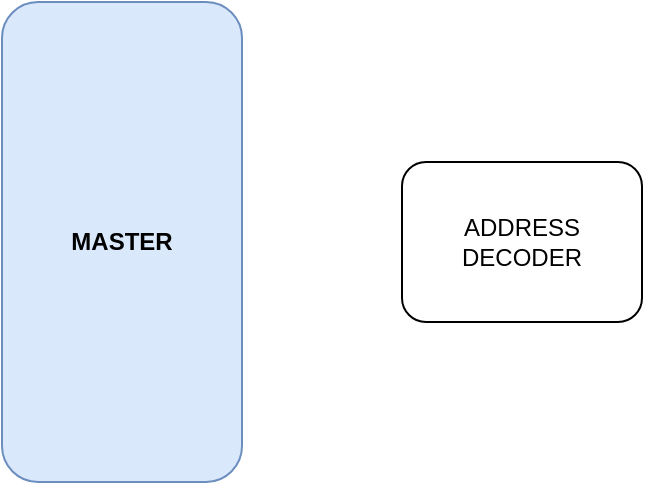
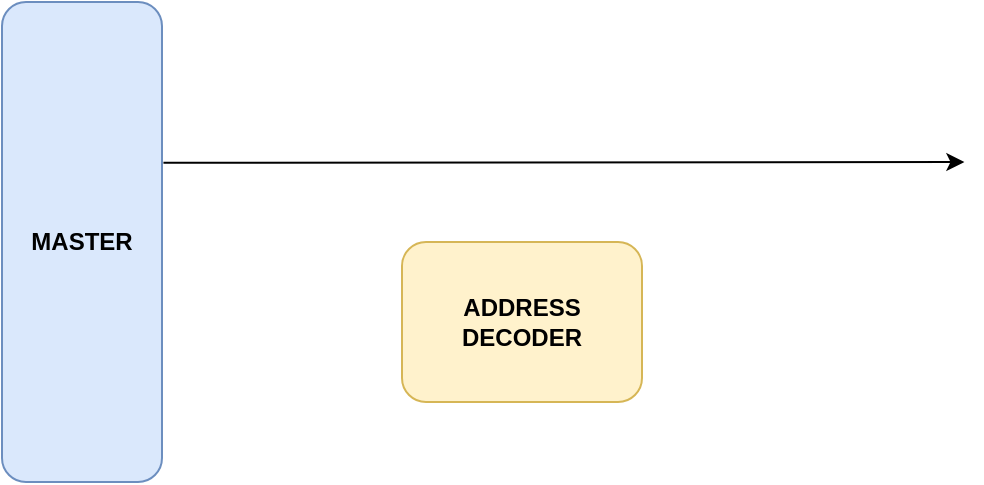
<mxfile host="app.diagrams.net" agent="Mozilla/5.0 (Windows NT 10.0; Win64; x64) AppleWebKit/537.36 (KHTML, like Gecko) Chrome/144.0.0.0 Safari/537.36 Edg/144.0.0.0" pages="4">
  <diagram id="00dOMP4ly3Yvcw6Omt_P" name="AHB Block Diagram">
-     <mxGraphModel dx="637" dy="921" grid="1" gridSize="10" guides="1" tooltips="1" connect="1" arrows="1" fold="1" page="1" pageScale="1" pageWidth="850" pageHeight="1100" math="0" shadow="0">
+     <mxGraphModel dx="437" dy="631" grid="1" gridSize="10" guides="1" tooltips="1" connect="1" arrows="1" fold="1" page="1" pageScale="1" pageWidth="850" pageHeight="1100" math="0" shadow="0">
      <root>
        <mxCell id="0" />
        <mxCell id="1" parent="0" />
        <mxCell id="WVtcaOnAu4kVJNJomXHp-1" parent="1" style="rounded=1;whiteSpace=wrap;html=1;fillColor=#dae8fc;strokeColor=#6c8ebf;" value="&lt;b&gt;MASTER&lt;/b&gt;" vertex="1">
-           <mxGeometry height="240" width="120" x="80" y="160" as="geometry" />
-         </mxCell>
-         <mxCell id="WVtcaOnAu4kVJNJomXHp-3" parent="1" style="rounded=1;whiteSpace=wrap;html=1;" value="ADDRESS DECODER" vertex="1">
-           <mxGeometry height="80" width="120" x="280" y="240" as="geometry" />
+           <mxGeometry height="240" width="80" x="80" y="160" as="geometry" />
+         </mxCell>
+         <mxCell id="WVtcaOnAu4kVJNJomXHp-3" parent="1" style="rounded=1;whiteSpace=wrap;html=1;fillColor=#fff2cc;strokeColor=#d6b656;" value="&lt;b&gt;ADDRESS DECODER&lt;/b&gt;" vertex="1">
+           <mxGeometry height="80" width="120" x="280" y="280" as="geometry" />
+         </mxCell>
+         <mxCell id="WVtcaOnAu4kVJNJomXHp-4" edge="1" parent="1" source="WVtcaOnAu4kVJNJomXHp-1" style="endArrow=classic;html=1;rounded=0;exitX=1.009;exitY=0.335;exitDx=0;exitDy=0;exitPerimeter=0;" value="">
+           <mxGeometry height="50" relative="1" width="50" as="geometry">
+             <mxPoint x="170" y="240" as="sourcePoint" />
+             <mxPoint x="561.2" y="240" as="targetPoint" />
+           </mxGeometry>
        </mxCell>
      </root>
    </mxGraphModel>
  </diagram>
  <diagram name="AHB Interface" id="AxdGKtdG9Rmgfqjtrl1U">
    <mxGraphModel dx="2046" dy="1106" grid="1" gridSize="10" guides="1" tooltips="1" connect="1" arrows="1" fold="1" page="1" pageScale="1" pageWidth="850" pageHeight="1100" math="0" shadow="0">
      <root>
        <mxCell id="0" />
        <mxCell id="1" parent="0" />
        <mxCell id="BZ9neWvH9tw47nREzwFn-1" parent="1" style="rounded=0;whiteSpace=wrap;html=1;" value="&lt;font style=&quot;font-size: 16px;&quot;&gt;&lt;b&gt;Manager&lt;/b&gt;&lt;/font&gt;" vertex="1">
          <mxGeometry height="200" width="120" x="400" y="80" as="geometry" />
        </mxCell>
        <mxCell id="BZ9neWvH9tw47nREzwFn-2" edge="1" parent="1" style="endArrow=classic;html=1;rounded=0;" value="">
          <mxGeometry height="50" relative="1" width="50" as="geometry">
            <mxPoint x="360" y="100" as="sourcePoint" />
            <mxPoint x="400" y="100" as="targetPoint" />
          </mxGeometry>
        </mxCell>
        <mxCell id="BZ9neWvH9tw47nREzwFn-3" edge="1" parent="1" style="endArrow=classic;html=1;rounded=0;" value="">
          <mxGeometry height="50" relative="1" width="50" as="geometry">
            <mxPoint x="360" y="120" as="sourcePoint" />
            <mxPoint x="400" y="120" as="targetPoint" />
          </mxGeometry>
        </mxCell>
        <mxCell id="BZ9neWvH9tw47nREzwFn-4" parent="1" style="text;html=1;whiteSpace=wrap;strokeColor=none;fillColor=none;align=center;verticalAlign=middle;rounded=0;fontStyle=1" value="HCLK" vertex="1">
          <mxGeometry height="20" width="40" x="320" y="90" as="geometry" />
        </mxCell>
        <mxCell id="BZ9neWvH9tw47nREzwFn-5" parent="1" style="text;html=1;whiteSpace=wrap;strokeColor=none;fillColor=none;align=center;verticalAlign=middle;rounded=0;fontStyle=1" value="HRESETn" vertex="1">
          <mxGeometry height="20" width="60" x="300" y="110" as="geometry" />
        </mxCell>
        <mxCell id="BZ9neWvH9tw47nREzwFn-6" parent="1" style="text;html=1;whiteSpace=wrap;strokeColor=none;fillColor=none;align=center;verticalAlign=middle;rounded=0;fontStyle=1" value="HREADY" vertex="1">
          <mxGeometry height="20" width="60" x="300" y="150" as="geometry" />
        </mxCell>
        <mxCell id="BZ9neWvH9tw47nREzwFn-7" edge="1" parent="1" style="endArrow=classic;html=1;rounded=0;" value="">
          <mxGeometry height="50" relative="1" width="50" as="geometry">
            <mxPoint x="360" y="160" as="sourcePoint" />
            <mxPoint x="400" y="160" as="targetPoint" />
          </mxGeometry>
        </mxCell>
        <mxCell id="BZ9neWvH9tw47nREzwFn-8" edge="1" parent="1" style="endArrow=classic;html=1;rounded=0;" value="">
          <mxGeometry height="50" relative="1" width="50" as="geometry">
            <mxPoint x="360" y="180" as="sourcePoint" />
            <mxPoint x="400" y="180" as="targetPoint" />
          </mxGeometry>
        </mxCell>
        <mxCell id="BZ9neWvH9tw47nREzwFn-9" parent="1" style="text;html=1;whiteSpace=wrap;strokeColor=none;fillColor=none;align=center;verticalAlign=middle;rounded=0;fontStyle=1" value="HSELx" vertex="1">
          <mxGeometry height="20" width="60" x="310" y="430" as="geometry" />
        </mxCell>
        <mxCell id="BZ9neWvH9tw47nREzwFn-10" edge="1" parent="1" style="endArrow=classic;html=1;rounded=0;" value="">
          <mxGeometry height="50" relative="1" width="50" as="geometry">
            <mxPoint x="360" y="260" as="sourcePoint" />
            <mxPoint x="400" y="260" as="targetPoint" />
          </mxGeometry>
        </mxCell>
        <mxCell id="BZ9neWvH9tw47nREzwFn-11" parent="1" style="text;html=1;whiteSpace=wrap;strokeColor=none;fillColor=none;align=center;verticalAlign=middle;rounded=0;fontStyle=1" value="HRDATA[31:0]" vertex="1">
          <mxGeometry height="20" width="90" x="270" y="250" as="geometry" />
        </mxCell>
        <mxCell id="BZ9neWvH9tw47nREzwFn-12" edge="1" parent="1" style="endArrow=classic;html=1;rounded=0;" value="">
          <mxGeometry height="50" relative="1" width="50" as="geometry">
            <mxPoint x="520" y="99.83" as="sourcePoint" />
            <mxPoint x="560" y="99.83" as="targetPoint" />
          </mxGeometry>
        </mxCell>
        <mxCell id="BZ9neWvH9tw47nREzwFn-13" edge="1" parent="1" style="endArrow=classic;html=1;rounded=0;" value="">
          <mxGeometry height="50" relative="1" width="50" as="geometry">
            <mxPoint x="520" y="119.83" as="sourcePoint" />
            <mxPoint x="560" y="119.83" as="targetPoint" />
          </mxGeometry>
        </mxCell>
        <mxCell id="BZ9neWvH9tw47nREzwFn-14" edge="1" parent="1" style="endArrow=classic;html=1;rounded=0;" value="">
          <mxGeometry height="50" relative="1" width="50" as="geometry">
            <mxPoint x="520" y="159.83" as="sourcePoint" />
            <mxPoint x="560" y="159.83" as="targetPoint" />
          </mxGeometry>
        </mxCell>
        <mxCell id="BZ9neWvH9tw47nREzwFn-15" edge="1" parent="1" style="endArrow=classic;html=1;rounded=0;" value="">
          <mxGeometry height="50" relative="1" width="50" as="geometry">
            <mxPoint x="520" y="140" as="sourcePoint" />
            <mxPoint x="560" y="140" as="targetPoint" />
          </mxGeometry>
        </mxCell>
        <mxCell id="BZ9neWvH9tw47nREzwFn-16" edge="1" parent="1" style="endArrow=classic;html=1;rounded=0;" value="">
          <mxGeometry height="50" relative="1" width="50" as="geometry">
            <mxPoint x="520" y="179.83" as="sourcePoint" />
            <mxPoint x="560" y="179.83" as="targetPoint" />
          </mxGeometry>
        </mxCell>
        <mxCell id="BZ9neWvH9tw47nREzwFn-17" edge="1" parent="1" style="endArrow=classic;html=1;rounded=0;" value="">
          <mxGeometry height="50" relative="1" width="50" as="geometry">
            <mxPoint x="520" y="200" as="sourcePoint" />
            <mxPoint x="560" y="200" as="targetPoint" />
          </mxGeometry>
        </mxCell>
        <mxCell id="BZ9neWvH9tw47nREzwFn-18" parent="1" style="text;html=1;whiteSpace=wrap;strokeColor=none;fillColor=none;align=center;verticalAlign=middle;rounded=0;fontStyle=1" value="HADDR[31:0]" vertex="1">
          <mxGeometry height="20" width="80" x="560" y="90" as="geometry" />
        </mxCell>
        <mxCell id="BZ9neWvH9tw47nREzwFn-19" parent="1" style="text;html=1;whiteSpace=wrap;strokeColor=none;fillColor=none;align=center;verticalAlign=middle;rounded=0;fontStyle=1" value="HWRITE" vertex="1">
          <mxGeometry height="20" width="60" x="560" y="110" as="geometry" />
        </mxCell>
        <mxCell id="BZ9neWvH9tw47nREzwFn-20" parent="1" style="text;html=1;whiteSpace=wrap;strokeColor=none;fillColor=none;align=center;verticalAlign=middle;rounded=0;fontStyle=1" value="HSIZE[2:0]" vertex="1">
          <mxGeometry height="20" width="70" x="560" y="130" as="geometry" />
        </mxCell>
        <mxCell id="BZ9neWvH9tw47nREzwFn-21" parent="1" style="text;html=1;whiteSpace=wrap;strokeColor=none;fillColor=none;align=center;verticalAlign=middle;rounded=0;fontStyle=1" value="HBURST[2:0]" vertex="1">
          <mxGeometry height="20" width="80" x="560" y="150" as="geometry" />
        </mxCell>
        <mxCell id="BZ9neWvH9tw47nREzwFn-22" parent="1" style="text;html=1;whiteSpace=wrap;strokeColor=none;fillColor=none;align=center;verticalAlign=middle;rounded=0;fontStyle=1" value="HPROT[3:0]" vertex="1">
          <mxGeometry height="20" width="80" x="560" y="170" as="geometry" />
        </mxCell>
        <mxCell id="BZ9neWvH9tw47nREzwFn-23" parent="1" style="text;html=1;whiteSpace=wrap;strokeColor=none;fillColor=none;align=center;verticalAlign=middle;rounded=0;fontStyle=1" value="HTRANS[1:0]" vertex="1">
          <mxGeometry height="20" width="80" x="560" y="190" as="geometry" />
        </mxCell>
        <mxCell id="BZ9neWvH9tw47nREzwFn-24" edge="1" parent="1" style="endArrow=classic;html=1;rounded=0;" value="">
          <mxGeometry height="50" relative="1" width="50" as="geometry">
            <mxPoint x="520" y="220" as="sourcePoint" />
            <mxPoint x="560" y="220" as="targetPoint" />
          </mxGeometry>
        </mxCell>
        <mxCell id="BZ9neWvH9tw47nREzwFn-25" parent="1" style="text;html=1;whiteSpace=wrap;strokeColor=none;fillColor=none;align=center;verticalAlign=middle;rounded=0;fontStyle=1" value="HMASTLOCK" vertex="1">
          <mxGeometry height="20" width="80" x="560" y="210" as="geometry" />
        </mxCell>
        <mxCell id="BZ9neWvH9tw47nREzwFn-26" edge="1" parent="1" style="endArrow=classic;html=1;rounded=0;" value="">
          <mxGeometry height="50" relative="1" width="50" as="geometry">
            <mxPoint x="520" y="259.8" as="sourcePoint" />
            <mxPoint x="560" y="259.8" as="targetPoint" />
          </mxGeometry>
        </mxCell>
        <mxCell id="BZ9neWvH9tw47nREzwFn-30" parent="1" style="text;html=1;whiteSpace=wrap;strokeColor=none;fillColor=none;align=center;verticalAlign=middle;rounded=0;fontStyle=1" value="HWDATA[31:0]" vertex="1">
          <mxGeometry height="20" width="95" x="555" y="250" as="geometry" />
        </mxCell>
        <mxCell id="BZ9neWvH9tw47nREzwFn-31" parent="1" style="rounded=0;whiteSpace=wrap;html=1;" value="&lt;font style=&quot;font-size: 16px;&quot;&gt;&lt;b&gt;Slave&lt;/b&gt;&lt;/font&gt;" vertex="1">
          <mxGeometry height="320" width="120" x="400" y="360" as="geometry" />
        </mxCell>
        <mxCell id="BZ9neWvH9tw47nREzwFn-32" edge="1" parent="1" style="endArrow=classic;html=1;rounded=0;" value="">
          <mxGeometry height="50" relative="1" width="50" as="geometry">
            <mxPoint x="360" y="489.83" as="sourcePoint" />
            <mxPoint x="400" y="489.83" as="targetPoint" />
          </mxGeometry>
        </mxCell>
        <mxCell id="BZ9neWvH9tw47nREzwFn-33" edge="1" parent="1" style="endArrow=classic;html=1;rounded=0;" value="">
          <mxGeometry height="50" relative="1" width="50" as="geometry">
            <mxPoint x="360" y="509.83" as="sourcePoint" />
            <mxPoint x="400" y="509.83" as="targetPoint" />
          </mxGeometry>
        </mxCell>
        <mxCell id="BZ9neWvH9tw47nREzwFn-34" edge="1" parent="1" style="endArrow=classic;html=1;rounded=0;" value="">
          <mxGeometry height="50" relative="1" width="50" as="geometry">
            <mxPoint x="360" y="549.83" as="sourcePoint" />
            <mxPoint x="400" y="549.83" as="targetPoint" />
          </mxGeometry>
        </mxCell>
        <mxCell id="BZ9neWvH9tw47nREzwFn-35" edge="1" parent="1" style="endArrow=classic;html=1;rounded=0;" value="">
          <mxGeometry height="50" relative="1" width="50" as="geometry">
            <mxPoint x="360" y="530" as="sourcePoint" />
            <mxPoint x="400" y="530" as="targetPoint" />
          </mxGeometry>
        </mxCell>
        <mxCell id="BZ9neWvH9tw47nREzwFn-36" edge="1" parent="1" style="endArrow=classic;html=1;rounded=0;" value="">
          <mxGeometry height="50" relative="1" width="50" as="geometry">
            <mxPoint x="360" y="569.83" as="sourcePoint" />
            <mxPoint x="400" y="569.83" as="targetPoint" />
          </mxGeometry>
        </mxCell>
        <mxCell id="BZ9neWvH9tw47nREzwFn-37" edge="1" parent="1" style="endArrow=classic;html=1;rounded=0;" value="">
          <mxGeometry height="50" relative="1" width="50" as="geometry">
            <mxPoint x="360" y="590" as="sourcePoint" />
            <mxPoint x="400" y="590" as="targetPoint" />
          </mxGeometry>
        </mxCell>
        <mxCell id="BZ9neWvH9tw47nREzwFn-38" parent="1" style="text;html=1;whiteSpace=wrap;strokeColor=none;fillColor=none;align=center;verticalAlign=middle;rounded=0;fontStyle=1" value="HADDR[31:0]" vertex="1">
          <mxGeometry height="20" width="80" x="275" y="480" as="geometry" />
        </mxCell>
        <mxCell id="BZ9neWvH9tw47nREzwFn-39" parent="1" style="text;html=1;whiteSpace=wrap;strokeColor=none;fillColor=none;align=center;verticalAlign=middle;rounded=0;fontStyle=1" value="HWRITE" vertex="1">
          <mxGeometry height="20" width="60" x="275" y="500" as="geometry" />
        </mxCell>
        <mxCell id="BZ9neWvH9tw47nREzwFn-40" parent="1" style="text;html=1;whiteSpace=wrap;strokeColor=none;fillColor=none;align=center;verticalAlign=middle;rounded=0;fontStyle=1" value="HSIZE[2:0]" vertex="1">
          <mxGeometry height="20" width="70" x="275" y="520" as="geometry" />
        </mxCell>
        <mxCell id="BZ9neWvH9tw47nREzwFn-41" parent="1" style="text;html=1;whiteSpace=wrap;strokeColor=none;fillColor=none;align=center;verticalAlign=middle;rounded=0;fontStyle=1" value="HBURST[2:0]" vertex="1">
          <mxGeometry height="20" width="80" x="275" y="540" as="geometry" />
        </mxCell>
        <mxCell id="BZ9neWvH9tw47nREzwFn-42" parent="1" style="text;html=1;whiteSpace=wrap;strokeColor=none;fillColor=none;align=center;verticalAlign=middle;rounded=0;fontStyle=1" value="HPROT[3:0]" vertex="1">
          <mxGeometry height="20" width="80" x="275" y="560" as="geometry" />
        </mxCell>
        <mxCell id="BZ9neWvH9tw47nREzwFn-43" parent="1" style="text;html=1;whiteSpace=wrap;strokeColor=none;fillColor=none;align=center;verticalAlign=middle;rounded=0;fontStyle=1" value="HTRANS[1:0]" vertex="1">
          <mxGeometry height="20" width="80" x="275" y="580" as="geometry" />
        </mxCell>
        <mxCell id="BZ9neWvH9tw47nREzwFn-44" edge="1" parent="1" style="endArrow=classic;html=1;rounded=0;" value="">
          <mxGeometry height="50" relative="1" width="50" as="geometry">
            <mxPoint x="360" y="610" as="sourcePoint" />
            <mxPoint x="400" y="610" as="targetPoint" />
          </mxGeometry>
        </mxCell>
        <mxCell id="BZ9neWvH9tw47nREzwFn-45" parent="1" style="text;html=1;whiteSpace=wrap;strokeColor=none;fillColor=none;align=center;verticalAlign=middle;rounded=0;fontStyle=1" value="HMASTLOCK" vertex="1">
          <mxGeometry height="20" width="80" x="275" y="600" as="geometry" />
        </mxCell>
        <mxCell id="BZ9neWvH9tw47nREzwFn-46" edge="1" parent="1" style="endArrow=classic;html=1;rounded=0;" value="">
          <mxGeometry height="50" relative="1" width="50" as="geometry">
            <mxPoint x="360" y="649.8" as="sourcePoint" />
            <mxPoint x="400" y="649.8" as="targetPoint" />
          </mxGeometry>
        </mxCell>
        <mxCell id="BZ9neWvH9tw47nREzwFn-47" parent="1" style="text;html=1;whiteSpace=wrap;strokeColor=none;fillColor=none;align=center;verticalAlign=middle;rounded=0;fontStyle=1" value="HWDATA[31:0]" vertex="1">
          <mxGeometry height="20" width="95" x="270" y="640" as="geometry" />
        </mxCell>
        <mxCell id="BZ9neWvH9tw47nREzwFn-49" edge="1" parent="1" style="endArrow=classic;html=1;rounded=0;" value="">
          <mxGeometry height="50" relative="1" width="50" as="geometry">
            <mxPoint x="360" y="380" as="sourcePoint" />
            <mxPoint x="400" y="380" as="targetPoint" />
          </mxGeometry>
        </mxCell>
        <mxCell id="BZ9neWvH9tw47nREzwFn-50" edge="1" parent="1" style="endArrow=classic;html=1;rounded=0;" value="">
          <mxGeometry height="50" relative="1" width="50" as="geometry">
            <mxPoint x="360" y="400" as="sourcePoint" />
            <mxPoint x="400" y="400" as="targetPoint" />
          </mxGeometry>
        </mxCell>
        <mxCell id="BZ9neWvH9tw47nREzwFn-51" edge="1" parent="1" style="endArrow=classic;html=1;rounded=0;" value="">
          <mxGeometry height="50" relative="1" width="50" as="geometry">
            <mxPoint x="360" y="440" as="sourcePoint" />
            <mxPoint x="400" y="440" as="targetPoint" />
          </mxGeometry>
        </mxCell>
        <mxCell id="BZ9neWvH9tw47nREzwFn-52" parent="1" style="text;html=1;whiteSpace=wrap;strokeColor=none;fillColor=none;align=center;verticalAlign=middle;rounded=0;fontStyle=1" value="HCLK" vertex="1">
          <mxGeometry height="20" width="40" x="320" y="370" as="geometry" />
        </mxCell>
        <mxCell id="BZ9neWvH9tw47nREzwFn-53" parent="1" style="text;html=1;whiteSpace=wrap;strokeColor=none;fillColor=none;align=center;verticalAlign=middle;rounded=0;fontStyle=1" value="HRESETn" vertex="1">
          <mxGeometry height="20" width="60" x="300" y="390" as="geometry" />
        </mxCell>
        <mxCell id="BZ9neWvH9tw47nREzwFn-54" parent="1" style="shape=curlyBracket;whiteSpace=wrap;html=1;rounded=1;labelPosition=left;verticalLabelPosition=middle;align=right;verticalAlign=middle;" value="" vertex="1">
          <mxGeometry height="35" width="20" x="230" y="90" as="geometry" />
        </mxCell>
        <mxCell id="BZ9neWvH9tw47nREzwFn-55" parent="1" style="text;html=1;whiteSpace=wrap;strokeColor=none;fillColor=none;align=center;verticalAlign=middle;rounded=0;fontStyle=1" value="HRESP" vertex="1">
          <mxGeometry height="20" width="60" x="300" y="170" as="geometry" />
        </mxCell>
        <mxCell id="BZ9neWvH9tw47nREzwFn-56" parent="1" style="shape=curlyBracket;whiteSpace=wrap;html=1;rounded=1;labelPosition=left;verticalLabelPosition=middle;align=right;verticalAlign=middle;" value="" vertex="1">
          <mxGeometry height="140" width="20" x="230" y="480" as="geometry" />
        </mxCell>
        <mxCell id="BZ9neWvH9tw47nREzwFn-57" parent="1" style="shape=curlyBracket;whiteSpace=wrap;html=1;rounded=1;labelPosition=left;verticalLabelPosition=middle;align=right;verticalAlign=middle;rotation=-180;" value="" vertex="1">
          <mxGeometry height="135" width="20" x="650" y="90" as="geometry" />
        </mxCell>
        <mxCell id="BZ9neWvH9tw47nREzwFn-58" parent="1" style="text;html=1;whiteSpace=wrap;strokeColor=none;fillColor=none;align=center;verticalAlign=middle;rounded=0;fontStyle=1" value="&lt;span style=&quot;font-weight: normal;&quot;&gt;Global signals&lt;/span&gt;" vertex="1">
          <mxGeometry height="20" width="90" x="140" y="97.5" as="geometry" />
        </mxCell>
        <mxCell id="BZ9neWvH9tw47nREzwFn-59" parent="1" style="text;html=1;whiteSpace=wrap;strokeColor=none;fillColor=none;align=center;verticalAlign=middle;rounded=0;fontStyle=1" value="&lt;span style=&quot;font-weight: normal;&quot;&gt;Transfer response&lt;/span&gt;" vertex="1">
          <mxGeometry height="20" width="60" x="170" y="157.5" as="geometry" />
        </mxCell>
        <mxCell id="BZ9neWvH9tw47nREzwFn-60" parent="1" style="text;html=1;whiteSpace=wrap;strokeColor=none;fillColor=none;align=center;verticalAlign=middle;rounded=0;fontStyle=1" value="&lt;span style=&quot;font-weight: normal;&quot;&gt;Data&lt;/span&gt;" vertex="1">
          <mxGeometry height="20" width="60" x="170" y="250" as="geometry" />
        </mxCell>
        <mxCell id="BZ9neWvH9tw47nREzwFn-61" parent="1" style="text;html=1;whiteSpace=wrap;strokeColor=none;fillColor=none;align=center;verticalAlign=middle;rounded=0;fontStyle=1" value="&lt;span style=&quot;font-weight: normal;&quot;&gt;Address and control signals&lt;/span&gt;" vertex="1">
          <mxGeometry height="37.5" width="90" x="670" y="140" as="geometry" />
        </mxCell>
        <mxCell id="BZ9neWvH9tw47nREzwFn-62" parent="1" style="shape=curlyBracket;whiteSpace=wrap;html=1;rounded=1;labelPosition=left;verticalLabelPosition=middle;align=right;verticalAlign=middle;" value="" vertex="1">
          <mxGeometry height="35" width="20" x="230" y="150" as="geometry" />
        </mxCell>
        <mxCell id="BZ9neWvH9tw47nREzwFn-63" parent="1" style="text;html=1;whiteSpace=wrap;strokeColor=none;fillColor=none;align=center;verticalAlign=middle;rounded=0;fontStyle=1" value="&lt;span style=&quot;font-weight: normal;&quot;&gt;Address and control signals&lt;/span&gt;" vertex="1">
          <mxGeometry height="37.5" width="90" x="140" y="531" as="geometry" />
        </mxCell>
        <mxCell id="BZ9neWvH9tw47nREzwFn-64" parent="1" style="shape=curlyBracket;whiteSpace=wrap;html=1;rounded=1;labelPosition=left;verticalLabelPosition=middle;align=right;verticalAlign=middle;" value="" vertex="1">
          <mxGeometry height="35" width="20" x="230" y="375" as="geometry" />
        </mxCell>
        <mxCell id="BZ9neWvH9tw47nREzwFn-65" parent="1" style="text;html=1;whiteSpace=wrap;strokeColor=none;fillColor=none;align=center;verticalAlign=middle;rounded=0;fontStyle=1" value="&lt;span style=&quot;font-weight: normal;&quot;&gt;Global signals&lt;/span&gt;" vertex="1">
          <mxGeometry height="20" width="90" x="140" y="382.5" as="geometry" />
        </mxCell>
        <mxCell id="BZ9neWvH9tw47nREzwFn-66" parent="1" style="text;html=1;whiteSpace=wrap;strokeColor=none;fillColor=none;align=center;verticalAlign=middle;rounded=0;fontStyle=1" value="&lt;span style=&quot;font-weight: normal;&quot;&gt;Data&lt;/span&gt;" vertex="1">
          <mxGeometry height="20" width="60" x="670" y="250" as="geometry" />
        </mxCell>
        <mxCell id="BZ9neWvH9tw47nREzwFn-67" edge="1" parent="1" style="endArrow=classic;html=1;rounded=0;" value="">
          <mxGeometry height="50" relative="1" width="50" as="geometry">
            <mxPoint x="520" y="490" as="sourcePoint" />
            <mxPoint x="560" y="490" as="targetPoint" />
          </mxGeometry>
        </mxCell>
        <mxCell id="BZ9neWvH9tw47nREzwFn-68" edge="1" parent="1" style="endArrow=classic;html=1;rounded=0;" value="">
          <mxGeometry height="50" relative="1" width="50" as="geometry">
            <mxPoint x="520" y="510" as="sourcePoint" />
            <mxPoint x="560" y="510" as="targetPoint" />
          </mxGeometry>
        </mxCell>
        <mxCell id="BZ9neWvH9tw47nREzwFn-69" parent="1" style="text;html=1;whiteSpace=wrap;strokeColor=none;fillColor=none;align=center;verticalAlign=middle;rounded=0;fontStyle=1" value="HREADY" vertex="1">
          <mxGeometry height="20" width="60" x="560" y="480" as="geometry" />
        </mxCell>
        <mxCell id="BZ9neWvH9tw47nREzwFn-70" parent="1" style="text;html=1;whiteSpace=wrap;strokeColor=none;fillColor=none;align=center;verticalAlign=middle;rounded=0;fontStyle=1" value="HRESP" vertex="1">
          <mxGeometry height="20" width="60" x="560" y="500" as="geometry" />
        </mxCell>
        <mxCell id="BZ9neWvH9tw47nREzwFn-71" edge="1" parent="1" style="endArrow=classic;html=1;rounded=0;" value="">
          <mxGeometry height="50" relative="1" width="50" as="geometry">
            <mxPoint x="520" y="649.6600000000001" as="sourcePoint" />
            <mxPoint x="560" y="649.6600000000001" as="targetPoint" />
          </mxGeometry>
        </mxCell>
        <mxCell id="BZ9neWvH9tw47nREzwFn-72" parent="1" style="text;html=1;whiteSpace=wrap;strokeColor=none;fillColor=none;align=center;verticalAlign=middle;rounded=0;fontStyle=1" value="HRDATA[31:0]" vertex="1">
          <mxGeometry height="20" width="90" x="560" y="640" as="geometry" />
        </mxCell>
        <mxCell id="BZ9neWvH9tw47nREzwFn-73" parent="1" style="text;html=1;whiteSpace=wrap;strokeColor=none;fillColor=none;align=center;verticalAlign=middle;rounded=0;fontStyle=1" value="&lt;span style=&quot;font-weight: normal;&quot;&gt;Data&lt;/span&gt;" vertex="1">
          <mxGeometry height="20" width="60" x="155" y="640" as="geometry" />
        </mxCell>
        <mxCell id="BZ9neWvH9tw47nREzwFn-74" parent="1" style="text;html=1;whiteSpace=wrap;strokeColor=none;fillColor=none;align=center;verticalAlign=middle;rounded=0;fontStyle=1" value="&lt;span style=&quot;font-weight: normal;&quot;&gt;Data&lt;/span&gt;" vertex="1">
          <mxGeometry height="20" width="50" x="675" y="640" as="geometry" />
        </mxCell>
        <mxCell id="BZ9neWvH9tw47nREzwFn-75" parent="1" style="text;html=1;whiteSpace=wrap;strokeColor=none;fillColor=none;align=center;verticalAlign=middle;rounded=0;fontStyle=1" value="&lt;span style=&quot;font-weight: normal;&quot;&gt;Transfer response&lt;/span&gt;" vertex="1">
          <mxGeometry height="20" width="60" x="670" y="487.5" as="geometry" />
        </mxCell>
        <mxCell id="BZ9neWvH9tw47nREzwFn-76" parent="1" style="shape=curlyBracket;whiteSpace=wrap;html=1;rounded=1;labelPosition=left;verticalLabelPosition=middle;align=right;verticalAlign=middle;rotation=-180;" value="" vertex="1">
          <mxGeometry height="35" width="20" x="640" y="480" as="geometry" />
        </mxCell>
        <mxCell id="BZ9neWvH9tw47nREzwFn-77" parent="1" style="text;html=1;whiteSpace=wrap;strokeColor=none;fillColor=none;align=center;verticalAlign=middle;rounded=0;fontStyle=1" value="&lt;span style=&quot;font-weight: normal;&quot;&gt;Select signal&lt;/span&gt;" vertex="1">
          <mxGeometry height="20" width="90" x="140" y="430" as="geometry" />
        </mxCell>
      </root>
    </mxGraphModel>
  </diagram>
  <diagram id="Hd4ECfvz_bm4RMetZK8C" name="Master Interface">
    <mxGraphModel dx="764" dy="1105" grid="1" gridSize="10" guides="1" tooltips="1" connect="1" arrows="1" fold="1" page="1" pageScale="1" pageWidth="850" pageHeight="1100" math="0" shadow="0">
      <root>
        <mxCell id="0" />
        <mxCell id="1" parent="0" />
      </root>
    </mxGraphModel>
  </diagram>
  <diagram id="AYzUWjTrgIps4r00h7mQ" name="Master FSM">
    <mxGraphModel dx="437" dy="631" grid="1" gridSize="10" guides="1" tooltips="1" connect="1" arrows="1" fold="1" page="1" pageScale="1" pageWidth="850" pageHeight="1100" math="0" shadow="0">
      <root>
        <mxCell id="0" />
        <mxCell id="1" parent="0" />
        <mxCell id="gUlQ52oibdo8bB1fHUDe-6" edge="1" parent="1" source="gUlQ52oibdo8bB1fHUDe-1" style="edgeStyle=orthogonalEdgeStyle;rounded=0;orthogonalLoop=1;jettySize=auto;html=1;exitX=1;exitY=0.5;exitDx=0;exitDy=0;entryX=0;entryY=0.5;entryDx=0;entryDy=0;" target="gUlQ52oibdo8bB1fHUDe-2">
          <mxGeometry relative="1" as="geometry" />
        </mxCell>
        <mxCell id="gUlQ52oibdo8bB1fHUDe-8" edge="1" parent="1" source="gUlQ52oibdo8bB1fHUDe-1" style="edgeStyle=orthogonalEdgeStyle;rounded=0;orthogonalLoop=1;jettySize=auto;html=1;entryX=0.5;entryY=0;entryDx=0;entryDy=0;" target="gUlQ52oibdo8bB1fHUDe-5">
          <mxGeometry relative="1" as="geometry" />
        </mxCell>
        <mxCell id="gUlQ52oibdo8bB1fHUDe-1" parent="1" style="ellipse;whiteSpace=wrap;html=1;" value="IDLE" vertex="1">
          <mxGeometry height="80" width="120" x="200" y="200" as="geometry" />
        </mxCell>
        <mxCell id="gUlQ52oibdo8bB1fHUDe-7" edge="1" parent="1" source="gUlQ52oibdo8bB1fHUDe-2" style="edgeStyle=orthogonalEdgeStyle;rounded=0;orthogonalLoop=1;jettySize=auto;html=1;entryX=0.5;entryY=0;entryDx=0;entryDy=0;" target="gUlQ52oibdo8bB1fHUDe-3">
          <mxGeometry relative="1" as="geometry" />
        </mxCell>
        <mxCell id="gUlQ52oibdo8bB1fHUDe-2" parent="1" style="ellipse;whiteSpace=wrap;html=1;" value="WR_ADDR_PHASE" vertex="1">
          <mxGeometry height="80" width="120" x="440" y="200" as="geometry" />
        </mxCell>
        <mxCell id="gUlQ52oibdo8bB1fHUDe-10" edge="1" parent="1" source="gUlQ52oibdo8bB1fHUDe-3" style="edgeStyle=orthogonalEdgeStyle;rounded=0;orthogonalLoop=1;jettySize=auto;html=1;entryX=0.5;entryY=0;entryDx=0;entryDy=0;" target="gUlQ52oibdo8bB1fHUDe-9">
          <mxGeometry relative="1" as="geometry" />
        </mxCell>
        <mxCell id="8WBKzOnGMAMBHIHuB8Qa-4" edge="1" parent="1" source="gUlQ52oibdo8bB1fHUDe-3" style="edgeStyle=orthogonalEdgeStyle;rounded=0;orthogonalLoop=1;jettySize=auto;html=1;entryX=1;entryY=0.5;entryDx=0;entryDy=0;" target="gUlQ52oibdo8bB1fHUDe-5">
          <mxGeometry relative="1" as="geometry" />
        </mxCell>
        <mxCell id="gUlQ52oibdo8bB1fHUDe-3" parent="1" style="ellipse;whiteSpace=wrap;html=1;" value="WR_DATA_PHASE" vertex="1">
          <mxGeometry height="80" width="120" x="440" y="360" as="geometry" />
        </mxCell>
        <mxCell id="gUlQ52oibdo8bB1fHUDe-11" edge="1" parent="1" source="gUlQ52oibdo8bB1fHUDe-4" style="edgeStyle=orthogonalEdgeStyle;rounded=0;orthogonalLoop=1;jettySize=auto;html=1;entryX=0;entryY=0.5;entryDx=0;entryDy=0;" target="gUlQ52oibdo8bB1fHUDe-9">
          <mxGeometry relative="1" as="geometry" />
        </mxCell>
        <mxCell id="8WBKzOnGMAMBHIHuB8Qa-6" edge="1" parent="1" source="gUlQ52oibdo8bB1fHUDe-4" style="edgeStyle=orthogonalEdgeStyle;rounded=0;orthogonalLoop=1;jettySize=auto;html=1;exitX=0;exitY=0.5;exitDx=0;exitDy=0;entryX=0;entryY=0.5;entryDx=0;entryDy=0;" target="gUlQ52oibdo8bB1fHUDe-1">
          <mxGeometry relative="1" as="geometry">
            <Array as="points">
              <mxPoint x="160.03" y="560.03" />
              <mxPoint x="160.03" y="240.03" />
            </Array>
          </mxGeometry>
        </mxCell>
        <mxCell id="gUlQ52oibdo8bB1fHUDe-4" parent="1" style="ellipse;whiteSpace=wrap;html=1;" value="RD_DATA_PHASE" vertex="1">
          <mxGeometry height="80" width="120" x="200" y="520" as="geometry" />
        </mxCell>
        <mxCell id="8WBKzOnGMAMBHIHuB8Qa-3" edge="1" parent="1" source="gUlQ52oibdo8bB1fHUDe-5" style="edgeStyle=orthogonalEdgeStyle;rounded=0;orthogonalLoop=1;jettySize=auto;html=1;" target="gUlQ52oibdo8bB1fHUDe-4" value="">
          <mxGeometry relative="1" as="geometry" />
        </mxCell>
        <mxCell id="gUlQ52oibdo8bB1fHUDe-5" parent="1" style="ellipse;whiteSpace=wrap;html=1;" value="RD_ADDR_PHASE" vertex="1">
          <mxGeometry height="80" width="120" x="200" y="360" as="geometry" />
        </mxCell>
        <mxCell id="gUlQ52oibdo8bB1fHUDe-9" parent="1" style="ellipse;whiteSpace=wrap;html=1;" value="WAIT_STATE" vertex="1">
          <mxGeometry height="80" width="120" x="440" y="520" as="geometry" />
        </mxCell>
        <mxCell id="8WBKzOnGMAMBHIHuB8Qa-1" edge="1" parent="1" source="gUlQ52oibdo8bB1fHUDe-5" style="endArrow=classic;html=1;rounded=0;entryX=0;entryY=0;entryDx=0;entryDy=0;exitX=1;exitY=1;exitDx=0;exitDy=0;" target="gUlQ52oibdo8bB1fHUDe-9" value="">
          <mxGeometry height="50" relative="1" width="50" as="geometry">
            <mxPoint x="350" y="490" as="sourcePoint" />
            <mxPoint x="400" y="440" as="targetPoint" />
          </mxGeometry>
        </mxCell>
        <mxCell id="8WBKzOnGMAMBHIHuB8Qa-5" edge="1" parent="1" source="gUlQ52oibdo8bB1fHUDe-3" style="endArrow=classic;html=1;rounded=0;exitX=0;exitY=0;exitDx=0;exitDy=0;entryX=1;entryY=1;entryDx=0;entryDy=0;" target="gUlQ52oibdo8bB1fHUDe-1" value="">
          <mxGeometry height="50" relative="1" width="50" as="geometry">
            <mxPoint x="370" y="340" as="sourcePoint" />
            <mxPoint x="420" y="290" as="targetPoint" />
          </mxGeometry>
        </mxCell>
      </root>
    </mxGraphModel>
  </diagram>
</mxfile>
